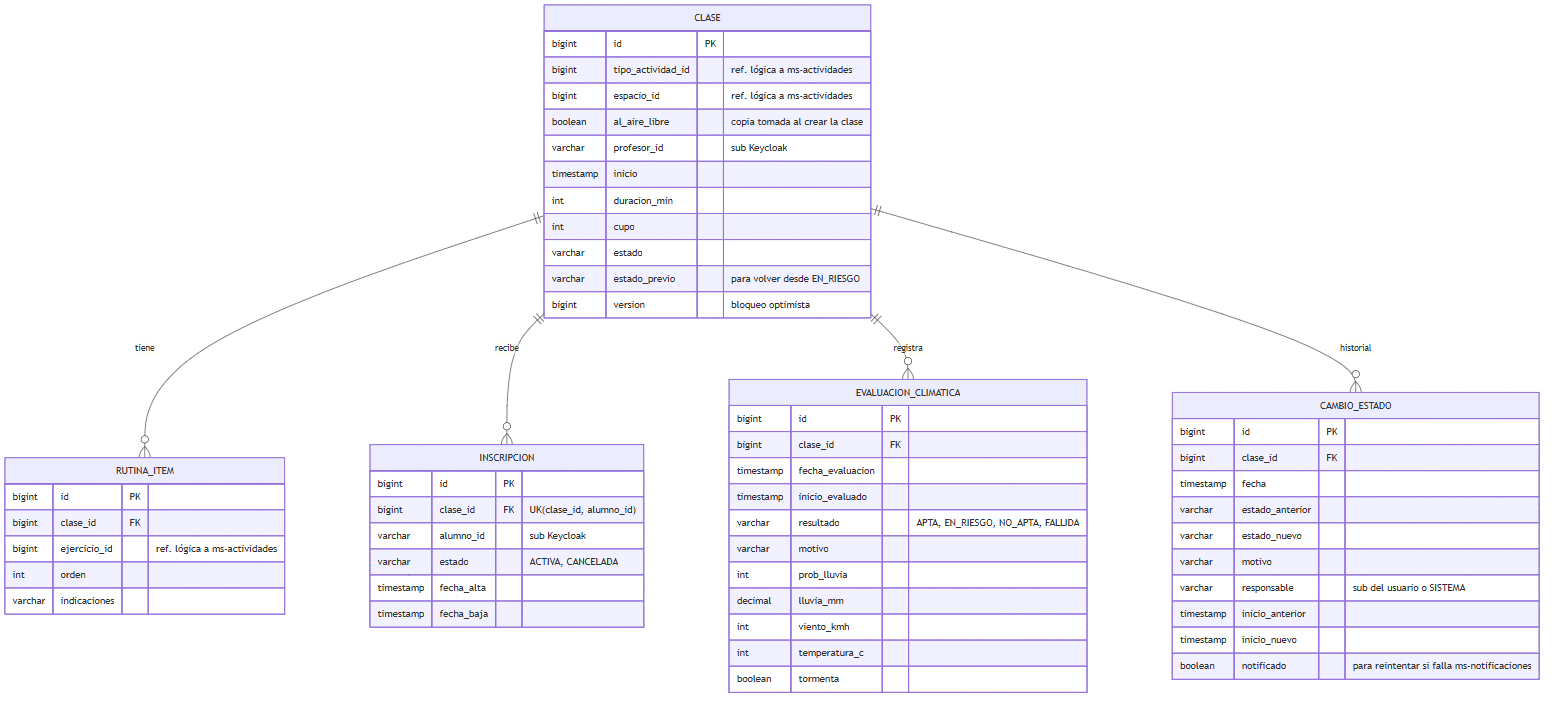
tomy91449/climafit keeps this Mermaid diagram as docs/diagramas/der-clases.png. Above is the earlier version. Its source is kept beside it as docs/diagramas/der-clases.mmd.
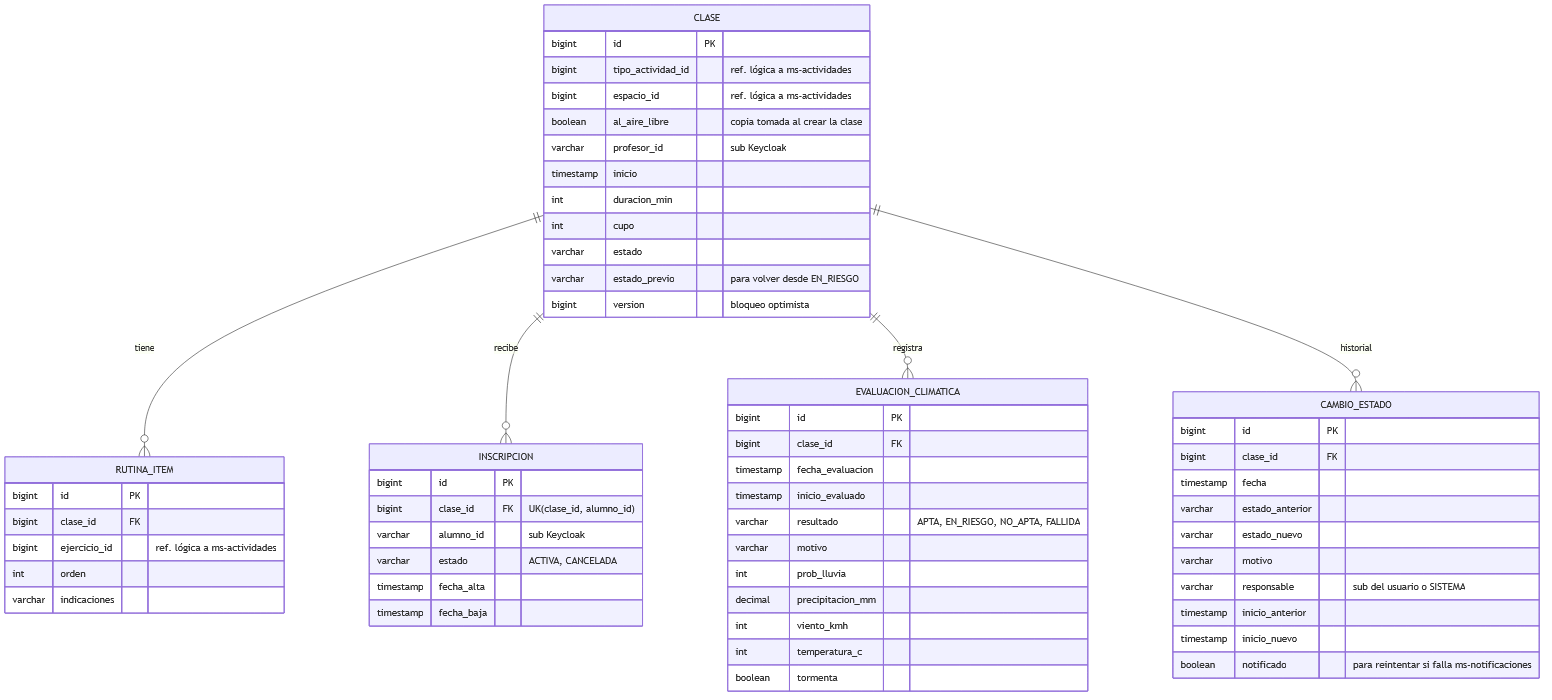
Above is the later version.

Change to the diagram source:
```diff
@@ -35,7 +35,7 @@
     varchar resultado "APTA, EN_RIESGO, NO_APTA, FALLIDA"
     varchar motivo
     int prob_lluvia
-    decimal lluvia_mm
+    decimal precipitacion_mm
     int viento_kmh
     int temperatura_c
     boolean tormenta
```
